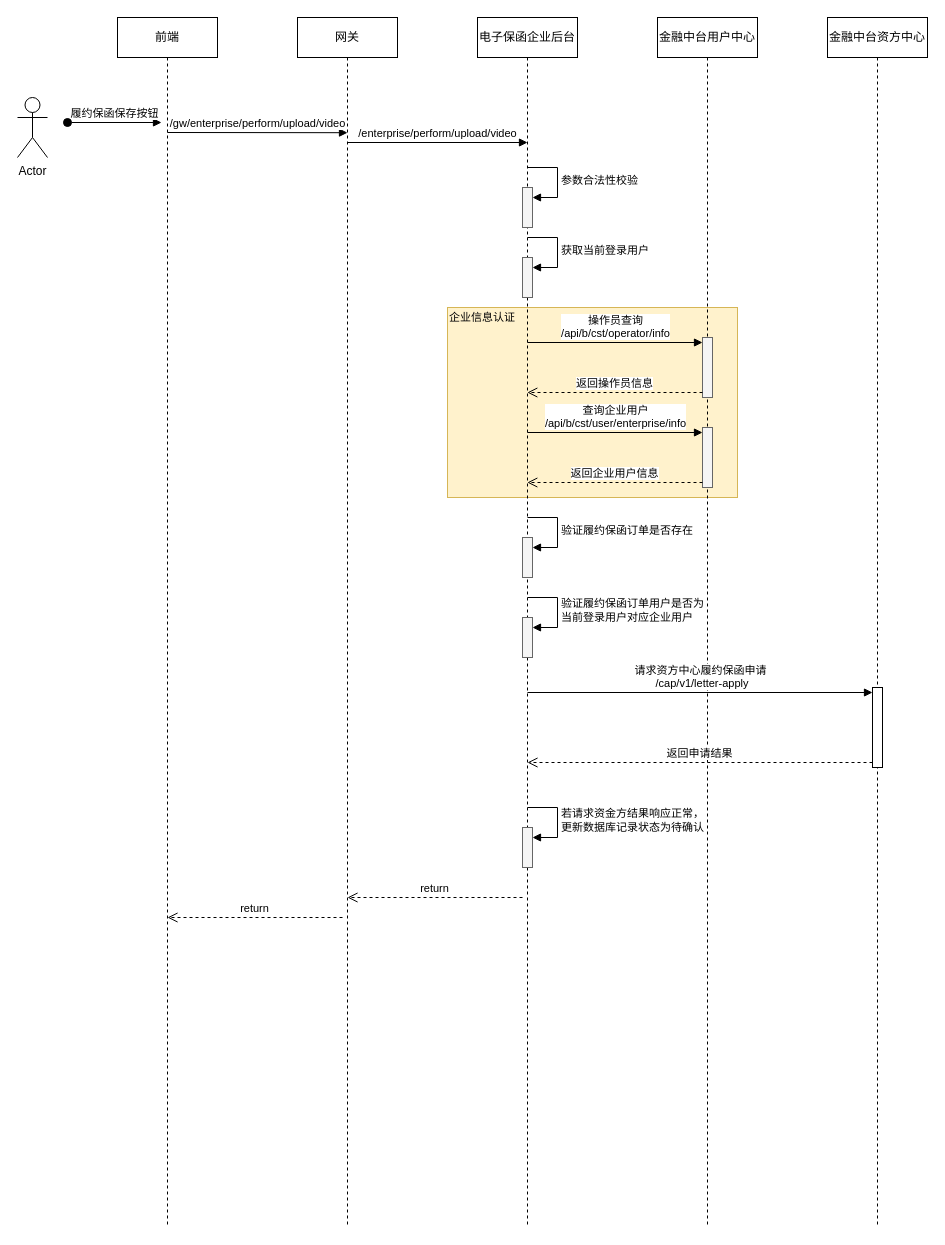
The draw.io diagram page "视频上传" (7 of 7) of UML/履约保函.drawio in hezhuma/image-repo, before the edit. Source tidied: cells renumbered, new cells numbered last; positions are measured from the earlier drawing's top-left corner, leaving out a move shared by most shapes. Both pictures are drawn from the tidied source at 100%, with x=0, y=0 at pixel (17, 17).
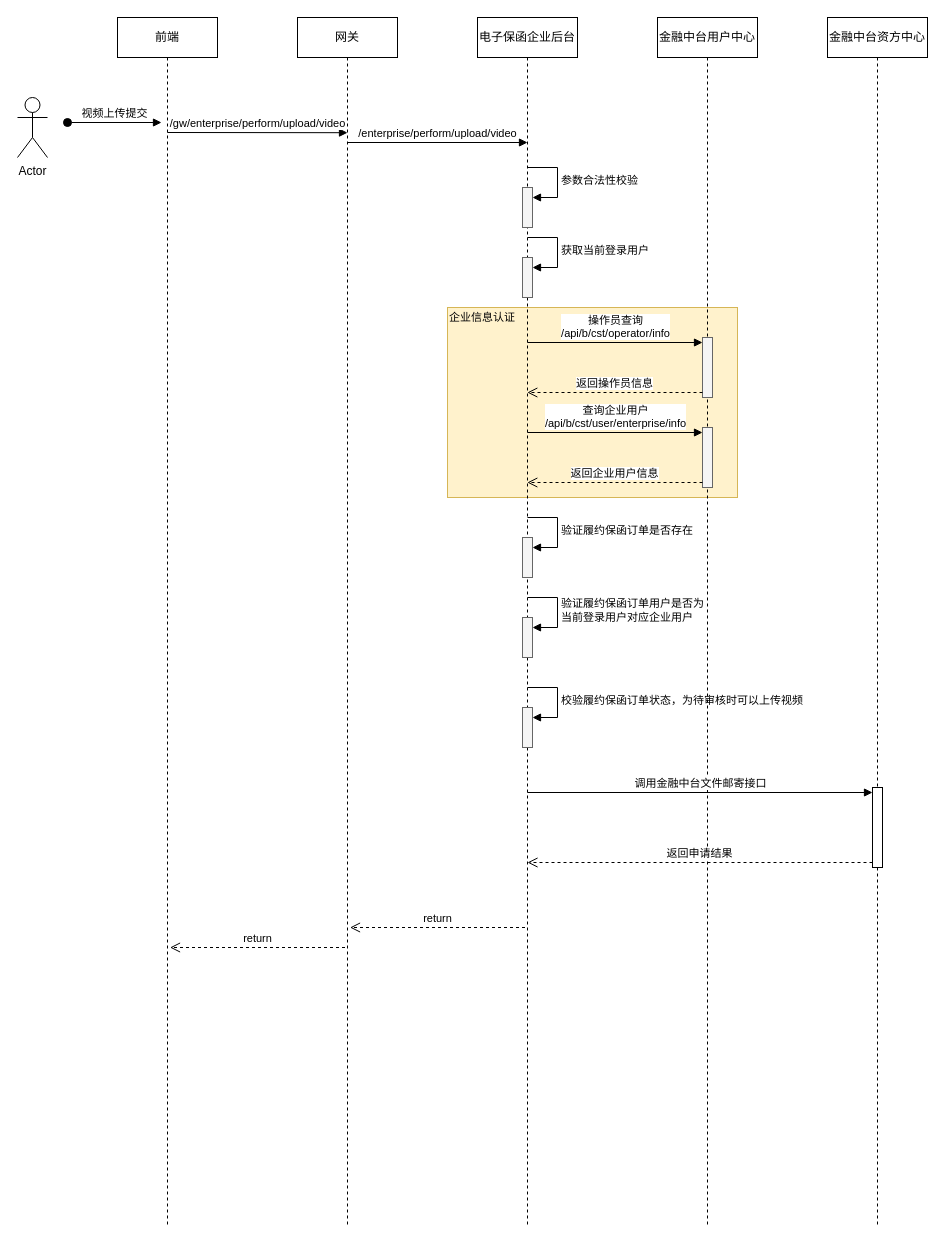
The same page after the edit.

The change refers to these unchanged cells:
```xml
<mxCell id="3" value="前端" style="shape=umlLifeline;perimeter=lifelinePerimeter;whiteSpace=wrap;html=1;newEdgeStyle={&quot;curved&quot;:0,&quot;rounded&quot;:0};" parent="1" vertex="1">
  <mxGeometry x="100" width="100" height="1210" as="geometry" />
</mxCell>
<mxCell id="6" value="电子保函企业后台" style="shape=umlLifeline;perimeter=lifelinePerimeter;whiteSpace=wrap;html=1;newEdgeStyle={&quot;curved&quot;:0,&quot;rounded&quot;:0};" parent="1" vertex="1">
  <mxGeometry x="460" width="100" height="1210" as="geometry" />
</mxCell>
<mxCell id="22" value="金融中台资方中心" style="shape=umlLifeline;perimeter=lifelinePerimeter;whiteSpace=wrap;html=1;newEdgeStyle={&quot;curved&quot;:0,&quot;rounded&quot;:0};" parent="1" vertex="1">
  <mxGeometry x="810" width="100" height="1210" as="geometry" />
</mxCell>
```

What changed in the source:
```diff
@@
-    <mxCell id="4" value="履约保函保存按钮" style="html=1;verticalAlign=bottom;startArrow=oval;endArrow=block;startSize=8;curved=0;rounded=0;entryX=0;entryY=0;entryDx=0;entryDy=5;" parent="3" edge="1">
+    <mxCell id="4" value="视频上传提交" style="html=1;verticalAlign=bottom;startArrow=oval;endArrow=block;startSize=8;curved=0;rounded=0;entryX=0;entryY=0;entryDx=0;entryDy=5;" parent="3" edge="1">
       <mxGeometry relative="1" as="geometry">
         <mxPoint x="-50" y="105" as="sourcePoint" />
         <mxPoint x="44" y="105" as="targetPoint" />
       </mxGeometry>
     </mxCell>
@@
-    <mxCell id="15" style="html=1;points=[[0,0,0,0,5],[0,1,0,0,-5],[1,0,0,0,5],[1,1,0,0,-5]];perimeter=orthogonalPerimeter;outlineConnect=0;targetShapes=umlLifeline;portConstraint=eastwest;newEdgeStyle={&quot;curved&quot;:0,&quot;rounded&quot;:0};fillColor=#f5f5f5;fontColor=#333333;strokeColor=#666666;" parent="6" vertex="1">
-      <mxGeometry x="45" y="810" width="10" height="40" as="geometry" />
-    </mxCell>
-    <mxCell id="16" value="若请求资金方结果响应正常，&lt;br&gt;更新数据库记录状态为待确认" style="html=1;align=left;spacingLeft=2;endArrow=block;rounded=0;edgeStyle=orthogonalEdgeStyle;curved=0;rounded=0;" parent="6" edge="1" target="15">
-      <mxGeometry relative="1" as="geometry">
-        <mxPoint x="50" y="790" as="sourcePoint" />
-        <Array as="points">
-          <mxPoint x="80" y="820" />
-        </Array>
-      </mxGeometry>
-    </mxCell>
+    <mxCell id="34" style="html=1;points=[[0,0,0,0,5],[0,1,0,0,-5],[1,0,0,0,5],[1,1,0,0,-5]];perimeter=orthogonalPerimeter;outlineConnect=0;targetShapes=umlLifeline;portConstraint=eastwest;newEdgeStyle={&quot;curved&quot;:0,&quot;rounded&quot;:0};fillColor=#f5f5f5;fontColor=#333333;strokeColor=#666666;" parent="6" vertex="1">
+      <mxGeometry x="45" y="690" width="10" height="40" as="geometry" />
+    </mxCell>
+    <mxCell id="35" value="校验履约保函订单状态，为待审核时可以上传视频" style="html=1;align=left;spacingLeft=2;endArrow=block;rounded=0;edgeStyle=orthogonalEdgeStyle;curved=0;rounded=0;" parent="6" edge="1" target="34">
+      <mxGeometry relative="1" as="geometry">
+        <mxPoint x="50" y="670" as="sourcePoint" />
+        <Array as="points">
+          <mxPoint x="80" y="700" />
+        </Array>
+      </mxGeometry>
+    </mxCell>
@@
     <mxCell id="23" style="html=1;points=[[0,0,0,0,5],[0,1,0,0,-5],[1,0,0,0,5],[1,1,0,0,-5]];perimeter=orthogonalPerimeter;outlineConnect=0;targetShapes=umlLifeline;portConstraint=eastwest;newEdgeStyle={&quot;curved&quot;:0,&quot;rounded&quot;:0};" parent="22" vertex="1">
-      <mxGeometry x="45" y="670" width="10" height="80" as="geometry" />
+      <mxGeometry x="45" y="770" width="10" height="80" as="geometry" />
     </mxCell>
@@
     <mxCell id="26" value="return" style="html=1;verticalAlign=bottom;endArrow=open;dashed=1;endSize=8;curved=0;rounded=0;exitX=0;exitY=1;exitDx=0;exitDy=-5;" parent="1" edge="1">
       <mxGeometry relative="1" as="geometry">
-        <mxPoint x="325" y="900" as="sourcePoint" />
-        <mxPoint x="150" y="900" as="targetPoint" />
+        <mxPoint x="327.5" y="930" as="sourcePoint" />
+        <mxPoint x="152.5" y="930" as="targetPoint" />
       </mxGeometry>
     </mxCell>
@@
     <mxCell id="31" value="return" style="html=1;verticalAlign=bottom;endArrow=open;dashed=1;endSize=8;curved=0;rounded=0;exitX=0;exitY=1;exitDx=0;exitDy=-5;" parent="1" edge="1">
       <mxGeometry relative="1" as="geometry">
-        <mxPoint x="505" y="880" as="sourcePoint" />
-        <mxPoint x="330" y="880" as="targetPoint" />
+        <mxPoint x="507.5" y="910" as="sourcePoint" />
+        <mxPoint x="332.5" y="910" as="targetPoint" />
       </mxGeometry>
     </mxCell>
-    <mxCell id="32" value="请求资方中心履约保函申请&lt;br&gt;&amp;nbsp;/cap/v1/letter-apply" style="html=1;verticalAlign=bottom;endArrow=block;curved=0;rounded=0;entryX=0;entryY=0;entryDx=0;entryDy=5;" parent="1" edge="1" target="23">
+    <mxCell id="32" value="调用金融中台文件邮寄接口" style="html=1;verticalAlign=bottom;endArrow=block;curved=0;rounded=0;entryX=0;entryY=0;entryDx=0;entryDy=5;" parent="1" edge="1" target="23">
       <mxGeometry relative="1" as="geometry">
-        <mxPoint x="510" y="675" as="sourcePoint" />
+        <mxPoint x="510" y="775" as="sourcePoint" />
       </mxGeometry>
     </mxCell>
     <mxCell id="33" value="返回申请结果" style="html=1;verticalAlign=bottom;endArrow=open;dashed=1;endSize=8;curved=0;rounded=0;exitX=0;exitY=1;exitDx=0;exitDy=-5;" parent="1" edge="1" source="23">
       <mxGeometry relative="1" as="geometry">
-        <mxPoint x="510" y="745" as="targetPoint" />
+        <mxPoint x="510" y="845" as="targetPoint" />
       </mxGeometry>
     </mxCell>
```
